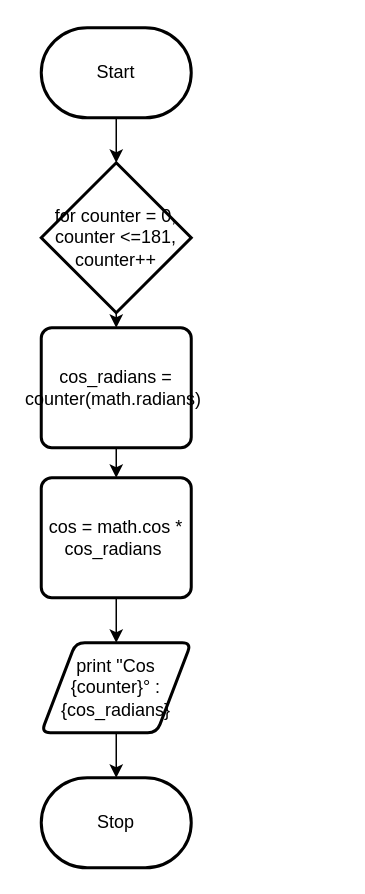
The draw.io diagram Draw.io/Flowchart.drawio in Peter-Gemmell/ICS3U-Assignment-5-Python, before the edit. Source tidied: cells renumbered, new cells numbered last; positions are measured from the earlier drawing's top-left corner, leaving out a move shared by most shapes. Both pictures are drawn from the tidied source at 150%, with x=0, y=0 at pixel (40, 27).
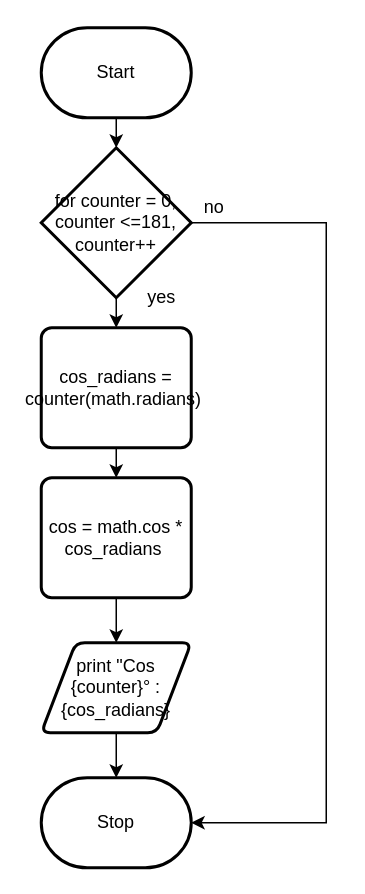
Above is the later version.

Diff of the diagram source:
```diff
@@
 <mxGraphModel>
   <root>
     <mxCell id="0" />
     <mxCell id="1" parent="0" />
     <mxCell id="2" style="edgeStyle=none;html=1;entryX=0.5;entryY=0;entryDx=0;entryDy=0;entryPerimeter=0;" parent="1" edge="1" source="3" target="7">
       <mxGeometry relative="1" as="geometry" />
     </mxCell>
     <mxCell id="3" value="Start" style="strokeWidth=2;html=1;shape=mxgraph.flowchart.terminator;whiteSpace=wrap;" parent="1" vertex="1">
       <mxGeometry width="100" height="60" as="geometry" />
     </mxCell>
     <mxCell id="4" style="edgeStyle=none;html=1;" parent="1" edge="1" target="5">
       <mxGeometry relative="1" as="geometry">
         <mxPoint x="50" y="510" as="sourcePoint" />
       </mxGeometry>
     </mxCell>
     <mxCell id="5" value="Stop" style="strokeWidth=2;html=1;shape=mxgraph.flowchart.terminator;whiteSpace=wrap;" parent="1" vertex="1">
       <mxGeometry y="500" width="100" height="60" as="geometry" />
     </mxCell>
     <mxCell id="6" style="edgeStyle=none;html=1;exitX=0.5;exitY=1;exitDx=0;exitDy=0;exitPerimeter=0;entryX=0.5;entryY=0;entryDx=0;entryDy=0;" parent="1" edge="1" source="7" target="11">
       <mxGeometry relative="1" as="geometry" />
     </mxCell>
+    <mxCell id="14" style="edgeStyle=none;html=1;exitX=1;exitY=0.5;exitDx=0;exitDy=0;exitPerimeter=0;entryX=1;entryY=0.5;entryDx=0;entryDy=0;entryPerimeter=0;rounded=0;" parent="1" edge="1" source="7" target="5">
+      <mxGeometry relative="1" as="geometry">
+        <Array as="points">
+          <mxPoint x="190" y="130" />
+          <mxPoint x="190" y="530" />
+        </Array>
+      </mxGeometry>
+    </mxCell>
     <mxCell id="7" value="for counter = 0, counter &amp;lt;=181, counter++" style="strokeWidth=2;html=1;shape=mxgraph.flowchart.decision;whiteSpace=wrap;" parent="1" vertex="1">
-      <mxGeometry y="90" width="100" height="100" as="geometry" />
+      <mxGeometry y="80" width="100" height="100" as="geometry" />
     </mxCell>
     <mxCell id="8" style="edgeStyle=none;html=1;exitX=0.5;exitY=1;exitDx=0;exitDy=0;entryX=0.5;entryY=0;entryDx=0;entryDy=0;" parent="1" edge="1" source="9" target="13">
       <mxGeometry relative="1" as="geometry" />
     </mxCell>
     <mxCell id="9" value="cos = math.cos * cos_radians&amp;nbsp;" style="rounded=1;whiteSpace=wrap;html=1;absoluteArcSize=1;arcSize=14;strokeWidth=2;" parent="1" vertex="1">
       <mxGeometry y="300" width="100" height="80" as="geometry" />
     </mxCell>
     <mxCell id="10" style="edgeStyle=none;html=1;exitX=0.5;exitY=1;exitDx=0;exitDy=0;entryX=0.5;entryY=0;entryDx=0;entryDy=0;" parent="1" edge="1" source="11" target="9">
       <mxGeometry relative="1" as="geometry" />
     </mxCell>
     <mxCell id="11" value="cos_radians = counter(math.radians)&amp;nbsp;" style="rounded=1;whiteSpace=wrap;html=1;absoluteArcSize=1;arcSize=14;strokeWidth=2;" parent="1" vertex="1">
       <mxGeometry y="200" width="100" height="80" as="geometry" />
     </mxCell>
     <mxCell id="12" style="edgeStyle=none;html=1;exitX=0.5;exitY=1;exitDx=0;exitDy=0;entryX=0.5;entryY=0;entryDx=0;entryDy=0;entryPerimeter=0;" parent="1" edge="1" source="13" target="5">
       <mxGeometry relative="1" as="geometry" />
     </mxCell>
     <mxCell id="13" value="print &quot;Cos {counter}° : {cos_radians}" style="shape=parallelogram;html=1;strokeWidth=2;perimeter=parallelogramPerimeter;whiteSpace=wrap;rounded=1;arcSize=12;size=0.23;" parent="1" vertex="1">
       <mxGeometry y="410" width="100" height="60" as="geometry" />
     </mxCell>
+    <mxCell id="15" value="yes" style="text;html=1;align=center;verticalAlign=middle;strokeColor=none;fillColor=none;" parent="1" vertex="1">
+      <mxGeometry x="65" y="170" width="30" height="20" as="geometry" />
+    </mxCell>
+    <mxCell id="16" value="no" style="text;html=1;align=center;verticalAlign=middle;strokeColor=none;fillColor=none;" parent="1" vertex="1">
+      <mxGeometry x="100" y="110" width="30" height="20" as="geometry" />
+    </mxCell>
   </root>
 </mxGraphModel>
```
